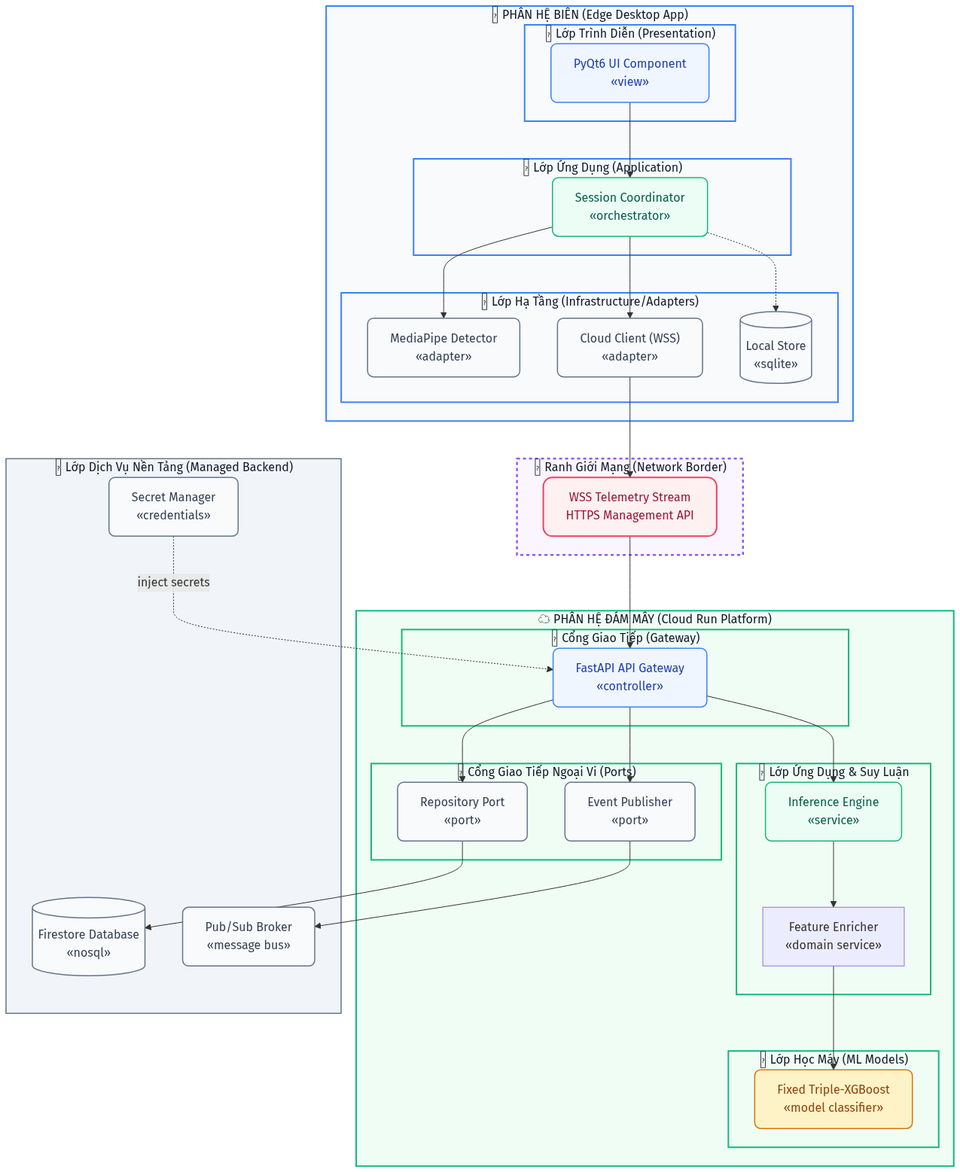
nguyenhoangviethung/FocusTracker keeps this Mermaid diagram as docs/uml/rendered/02_component.png. Above is the earlier version. Its source is kept beside it as docs/uml/02_component.mmd.
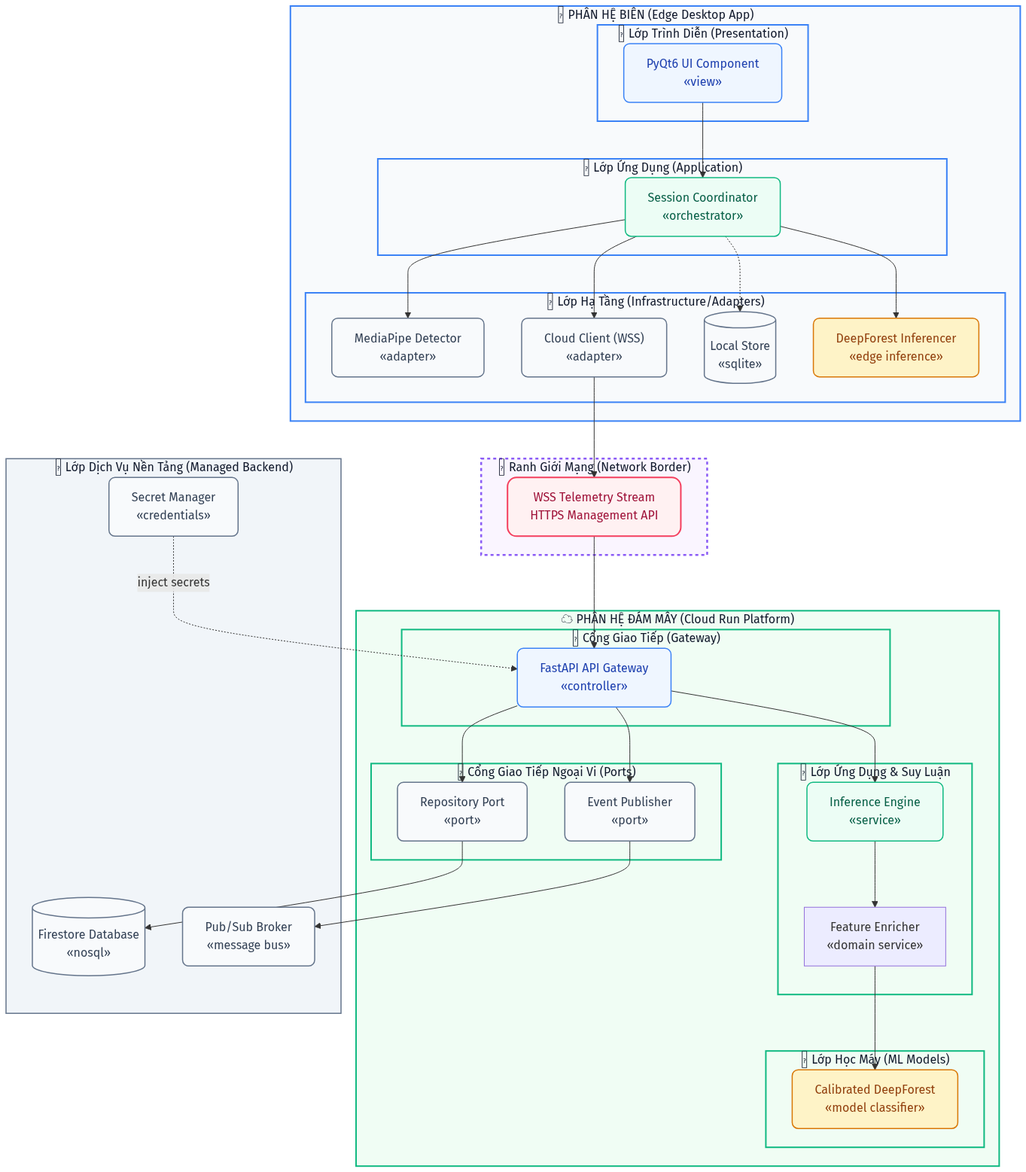
Later version of the same file.

The edit, as a diff of the source:
```diff
@@ -14,12 +14,14 @@
             MP["MediaPipe Detector<br/>«adapter»"]
             CC["Cloud Client (WSS)<br/>«adapter»"]
             LOCAL[("Local Store<br/>«sqlite»")]
+            EI["DeepForest Inferencer<br/>«edge inference»"]
         end
 
         UI --> ST
         ST --> MP
         ST --> CC
         ST -.-> LOCAL
+        ST --> EI
     end
 
     subgraph NETWORK["🔒 Ranh Giới Mạng (Network Border)"]
@@ -87,5 +89,5 @@
     class UI,API presNode;
     class ST,INF appNode;
     class MP,CC,REPO,EVT,LOCAL,FS,PS,SM,LOCAL,FS,PS infraNode;
-    class XGB modelNode;
+    class XGB,EI modelNode;
     class PROTO networkNode;
```
